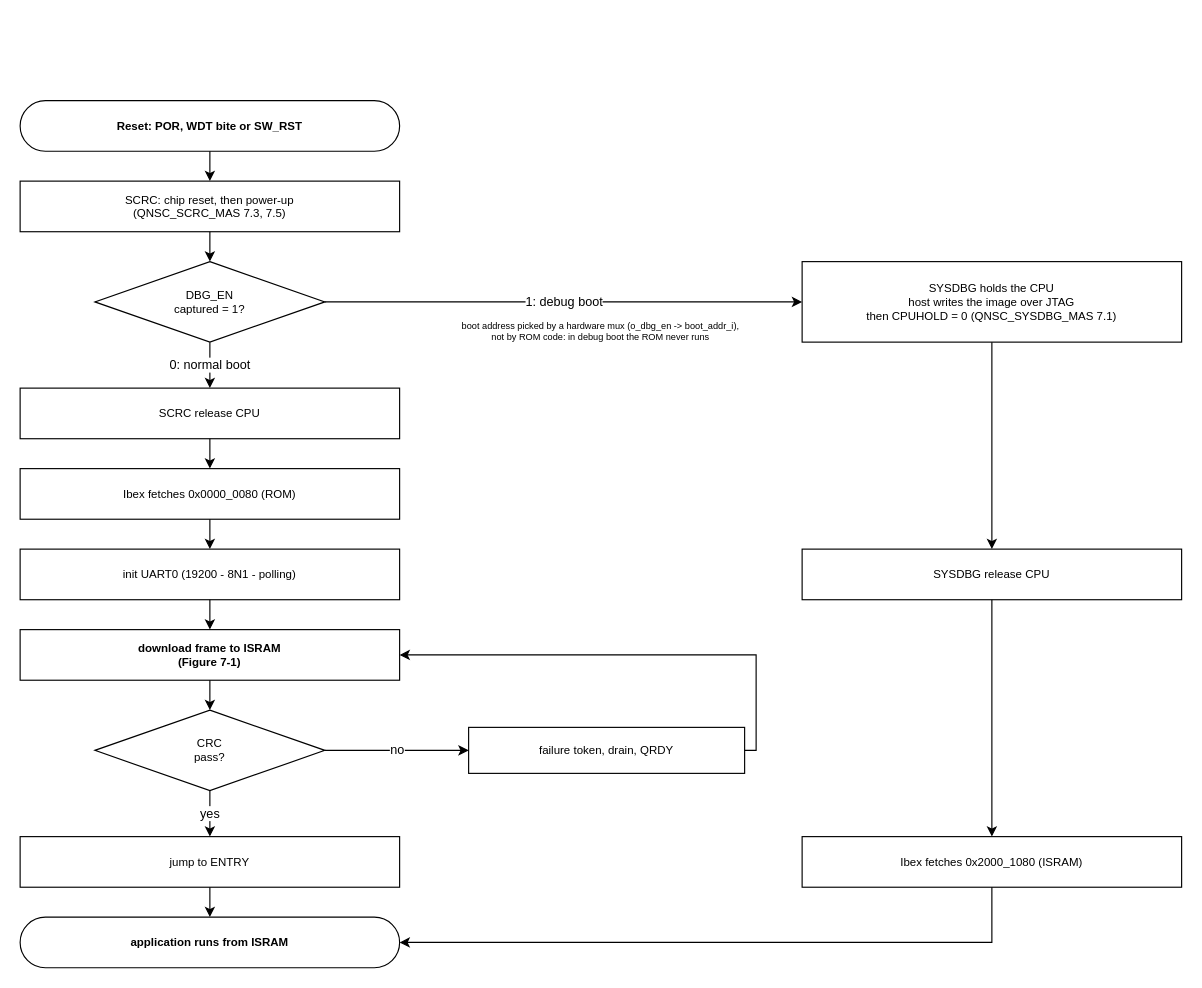
The draw.io diagram page "Reset to application" (1 of 5) of doc/figures/drawio/QNSC_BOOT.drawio in quynhonsemiconductor/vlsi_deep_training, before the edit. Source tidied: cells renumbered, new cells numbered last; positions are measured from the earlier drawing's top-left corner, leaving out a move shared by most shapes. Both pictures are drawn from the tidied source at 115%, with x=0, y=0 at pixel (20, 100).
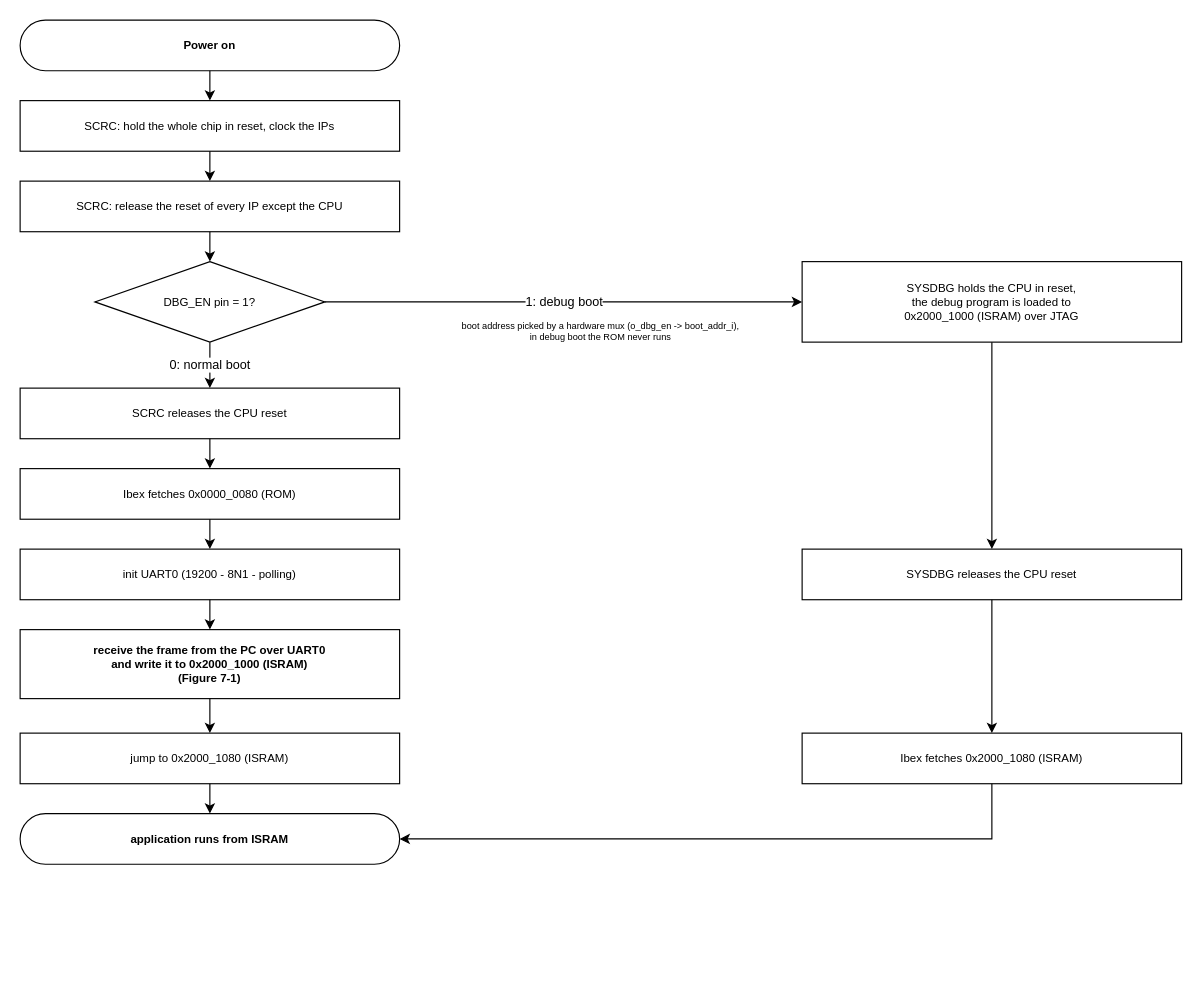
Above is the later version.

Commit message (it also covers changes not shown here):
docs(boot): QNSC_BOOT_SPEC V3.2 from the mentor review of V3.1

The edit, as a diff of the source:
```diff
@@
-    <mxCell id="2" value="Reset: POR, WDT bite or SW_RST" style="rounded=1;arcSize=50;whiteSpace=wrap;html=1;fillColor=#ffffff;strokeColor=#000000;fontSize=10;dashed=0;fontStyle=1;verticalAlign=middle;" parent="1" vertex="1">
-      <mxGeometry width="330" height="44" as="geometry" />
+    <mxCell id="2" value="Power on" style="rounded=1;arcSize=50;whiteSpace=wrap;html=1;fillColor=#ffffff;strokeColor=#000000;fontSize=10;dashed=0;fontStyle=1;verticalAlign=middle;" parent="1" vertex="1">
+      <mxGeometry y="-70" width="330" height="44" as="geometry" />
     </mxCell>
-    <mxCell id="3" value="SCRC: chip reset, then power-up&#10;(QNSC_SCRC_MAS 7.3, 7.5)" style="rounded=0;whiteSpace=wrap;html=1;fillColor=#ffffff;strokeColor=#000000;fontSize=10;dashed=0;verticalAlign=middle;" parent="1" vertex="1">
-      <mxGeometry y="70" width="330" height="44" as="geometry" />
+    <mxCell id="3" value="SCRC: hold the whole chip in reset, clock the IPs" style="rounded=0;whiteSpace=wrap;html=1;fillColor=#ffffff;strokeColor=#000000;fontSize=10;dashed=0;verticalAlign=middle;" parent="1" vertex="1">
+      <mxGeometry width="330" height="44" as="geometry" />
     </mxCell>
+    <mxCell id="32" value="SCRC: release the reset of every IP except the CPU" style="rounded=0;whiteSpace=wrap;html=1;fillColor=#ffffff;strokeColor=#000000;fontSize=10;dashed=0;verticalAlign=middle;" parent="1" vertex="1">
+      <mxGeometry y="70" width="330" height="44" as="geometry" />
+    </mxCell>
-    <mxCell id="4" value="DBG_EN&#10;captured = 1?" style="rhombus;whiteSpace=wrap;html=1;fillColor=#ffffff;strokeColor=#000000;fontSize=10;dashed=0;verticalAlign=middle;" parent="1" vertex="1">
+    <mxCell id="4" value="DBG_EN pin = 1?" style="rhombus;whiteSpace=wrap;html=1;fillColor=#ffffff;strokeColor=#000000;fontSize=10;dashed=0;verticalAlign=middle;" parent="1" vertex="1">
       <mxGeometry x="65" y="140" width="200" height="70" as="geometry" />
     </mxCell>
-    <mxCell id="5" value="boot address picked by a hardware mux (o_dbg_en -&gt; boot_addr_i),&#10;not by ROM code: in debug boot the ROM never runs" style="rounded=0;whiteSpace=wrap;html=1;fillColor=none;strokeColor=none;fontSize=8;dashed=0;verticalAlign=middle;" parent="1" vertex="1">
+    <mxCell id="5" value="boot address picked by a hardware mux (o_dbg_en -&gt; boot_addr_i),&#10;in debug boot the ROM never runs" style="rounded=0;whiteSpace=wrap;html=1;fillColor=none;strokeColor=none;fontSize=8;dashed=0;verticalAlign=middle;" parent="1" vertex="1">
       <mxGeometry x="355" y="186" width="300" height="30" as="geometry" />
     </mxCell>
-    <mxCell id="6" value="SCRC release CPU" style="rounded=0;whiteSpace=wrap;html=1;fillColor=#ffffff;strokeColor=#000000;fontSize=10;dashed=0;verticalAlign=middle;" parent="1" vertex="1">
+    <mxCell id="6" value="SCRC releases the CPU reset" style="rounded=0;whiteSpace=wrap;html=1;fillColor=#ffffff;strokeColor=#000000;fontSize=10;dashed=0;verticalAlign=middle;" parent="1" vertex="1">
       <mxGeometry y="250" width="330" height="44" as="geometry" />
     </mxCell>
@@
-    <mxCell id="9" value="download frame to ISRAM&#10;(Figure 7-1)" style="rounded=0;whiteSpace=wrap;html=1;fillColor=#ffffff;strokeColor=#000000;fontSize=10;dashed=0;fontStyle=1;verticalAlign=middle;" parent="1" vertex="1">
-      <mxGeometry y="460" width="330" height="44" as="geometry" />
+    <mxCell id="9" value="receive the frame from the PC over UART0&#10;and write it to 0x2000_1000 (ISRAM)&#10;(Figure 7-1)" style="rounded=0;whiteSpace=wrap;html=1;fillColor=#ffffff;strokeColor=#000000;fontSize=10;dashed=0;fontStyle=1;verticalAlign=middle;" parent="1" vertex="1">
+      <mxGeometry y="460" width="330" height="60" as="geometry" />
     </mxCell>
-    <mxCell id="10" value="CRC&#10;pass?" style="rhombus;whiteSpace=wrap;html=1;fillColor=#ffffff;strokeColor=#000000;fontSize=10;dashed=0;verticalAlign=middle;" parent="1" vertex="1">
-      <mxGeometry x="65" y="530" width="200" height="70" as="geometry" />
-    </mxCell>
-    <mxCell id="11" value="jump to ENTRY" style="rounded=0;whiteSpace=wrap;html=1;fillColor=#ffffff;strokeColor=#000000;fontSize=10;dashed=0;verticalAlign=middle;" parent="1" vertex="1">
-      <mxGeometry y="640" width="330" height="44" as="geometry" />
+    <mxCell id="11" value="jump to 0x2000_1080 (ISRAM)" style="rounded=0;whiteSpace=wrap;html=1;fillColor=#ffffff;strokeColor=#000000;fontSize=10;dashed=0;verticalAlign=middle;" parent="1" vertex="1">
+      <mxGeometry y="550" width="330" height="44" as="geometry" />
     </mxCell>
     <mxCell id="12" value="application runs from ISRAM" style="rounded=1;arcSize=50;whiteSpace=wrap;html=1;fillColor=#ffffff;strokeColor=#000000;fontSize=10;dashed=0;fontStyle=1;verticalAlign=middle;" parent="1" vertex="1">
-      <mxGeometry y="710" width="330" height="44" as="geometry" />
+      <mxGeometry y="620" width="330" height="44" as="geometry" />
     </mxCell>
-    <mxCell id="13" value="SYSDBG holds the CPU&#10;host writes the image over JTAG&#10;then CPUHOLD = 0 (QNSC_SYSDBG_MAS 7.1)" style="rounded=0;whiteSpace=wrap;html=1;fillColor=#ffffff;strokeColor=#000000;fontSize=10;dashed=0;verticalAlign=middle;" parent="1" vertex="1">
+    <mxCell id="13" value="SYSDBG holds the CPU in reset,&#10;the debug program is loaded to&#10;0x2000_1000 (ISRAM) over JTAG" style="rounded=0;whiteSpace=wrap;html=1;fillColor=#ffffff;strokeColor=#000000;fontSize=10;dashed=0;verticalAlign=middle;" parent="1" vertex="1">
       <mxGeometry x="680" y="140" width="330" height="70" as="geometry" />
     </mxCell>
-    <mxCell id="14" value="SYSDBG release CPU" style="rounded=0;whiteSpace=wrap;html=1;fillColor=#ffffff;strokeColor=#000000;fontSize=10;dashed=0;verticalAlign=middle;" parent="1" vertex="1">
+    <mxCell id="14" value="SYSDBG releases the CPU reset" style="rounded=0;whiteSpace=wrap;html=1;fillColor=#ffffff;strokeColor=#000000;fontSize=10;dashed=0;verticalAlign=middle;" parent="1" vertex="1">
       <mxGeometry x="680" y="390" width="330" height="44" as="geometry" />
     </mxCell>
     <mxCell id="15" value="Ibex fetches 0x2000_1080 (ISRAM)" style="rounded=0;whiteSpace=wrap;html=1;fillColor=#ffffff;strokeColor=#000000;fontSize=10;dashed=0;verticalAlign=middle;" parent="1" vertex="1">
-      <mxGeometry x="680" y="640" width="330" height="44" as="geometry" />
+      <mxGeometry x="680" y="550" width="330" height="44" as="geometry" />
     </mxCell>
-    <mxCell id="16" value="failure token, drain, QRDY" style="rounded=0;whiteSpace=wrap;html=1;fillColor=#ffffff;strokeColor=#000000;fontSize=10;dashed=0;verticalAlign=middle;" parent="1" vertex="1">
-      <mxGeometry x="390" y="545" width="240" height="40" as="geometry" />
-    </mxCell>
@@
-    <mxCell id="18" style="edgeStyle=orthogonalEdgeStyle;rounded=0;html=1;exitX=0.5;exitY=1.0;entryX=0.5;entryY=0.0;exitDx=0;exitDy=0;entryDx=0;entryDy=0;" parent="1" edge="1" source="3" target="4">
-      <mxGeometry relative="1" as="geometry" />
-    </mxCell>
+    <mxCell id="33" style="edgeStyle=orthogonalEdgeStyle;rounded=0;html=1;exitX=0.5;exitY=1.0;entryX=0.5;entryY=0.0;exitDx=0;exitDy=0;entryDx=0;entryDy=0;" parent="1" edge="1" source="3" target="32">
+      <mxGeometry relative="1" as="geometry" />
+    </mxCell>
+    <mxCell id="34" style="edgeStyle=orthogonalEdgeStyle;rounded=0;html=1;exitX=0.5;exitY=1.0;entryX=0.5;entryY=0.0;exitDx=0;exitDy=0;entryDx=0;entryDy=0;" parent="1" edge="1" source="32" target="4">
+      <mxGeometry relative="1" as="geometry" />
+    </mxCell>
@@
-    <mxCell id="24" style="edgeStyle=orthogonalEdgeStyle;rounded=0;html=1;exitX=0.5;exitY=1.0;entryX=0.5;entryY=0.0;exitDx=0;exitDy=0;entryDx=0;entryDy=0;" parent="1" edge="1" source="9" target="10">
-      <mxGeometry relative="1" as="geometry" />
-    </mxCell>
-    <mxCell id="25" value="yes" style="edgeStyle=orthogonalEdgeStyle;rounded=0;html=1;exitX=0.5;exitY=1.0;entryX=0.5;entryY=0.0;exitDx=0;exitDy=0;entryDx=0;entryDy=0;" parent="1" edge="1" source="10" target="11">
-      <mxGeometry relative="1" as="geometry" />
-    </mxCell>
-    <mxCell id="26" value="no" style="edgeStyle=orthogonalEdgeStyle;rounded=0;html=1;exitX=1.0;exitY=0.5;entryX=0.0;entryY=0.5;exitDx=0;exitDy=0;entryDx=0;entryDy=0;" parent="1" edge="1" source="10" target="16">
-      <mxGeometry relative="1" as="geometry" />
-    </mxCell>
-    <mxCell id="27" style="edgeStyle=orthogonalEdgeStyle;rounded=0;html=1;exitX=1.0;exitY=0.5;entryX=1.0;entryY=0.5;exitDx=0;exitDy=0;entryDx=0;entryDy=0;" parent="1" edge="1" source="16" target="9">
-      <mxGeometry relative="1" as="geometry" />
-    </mxCell>
+    <mxCell id="35" style="edgeStyle=orthogonalEdgeStyle;rounded=0;html=1;exitX=0.5;exitY=1.0;entryX=0.5;entryY=0.0;exitDx=0;exitDy=0;entryDx=0;entryDy=0;" parent="1" edge="1" source="9" target="11">
+      <mxGeometry relative="1" as="geometry" />
+    </mxCell>
```
